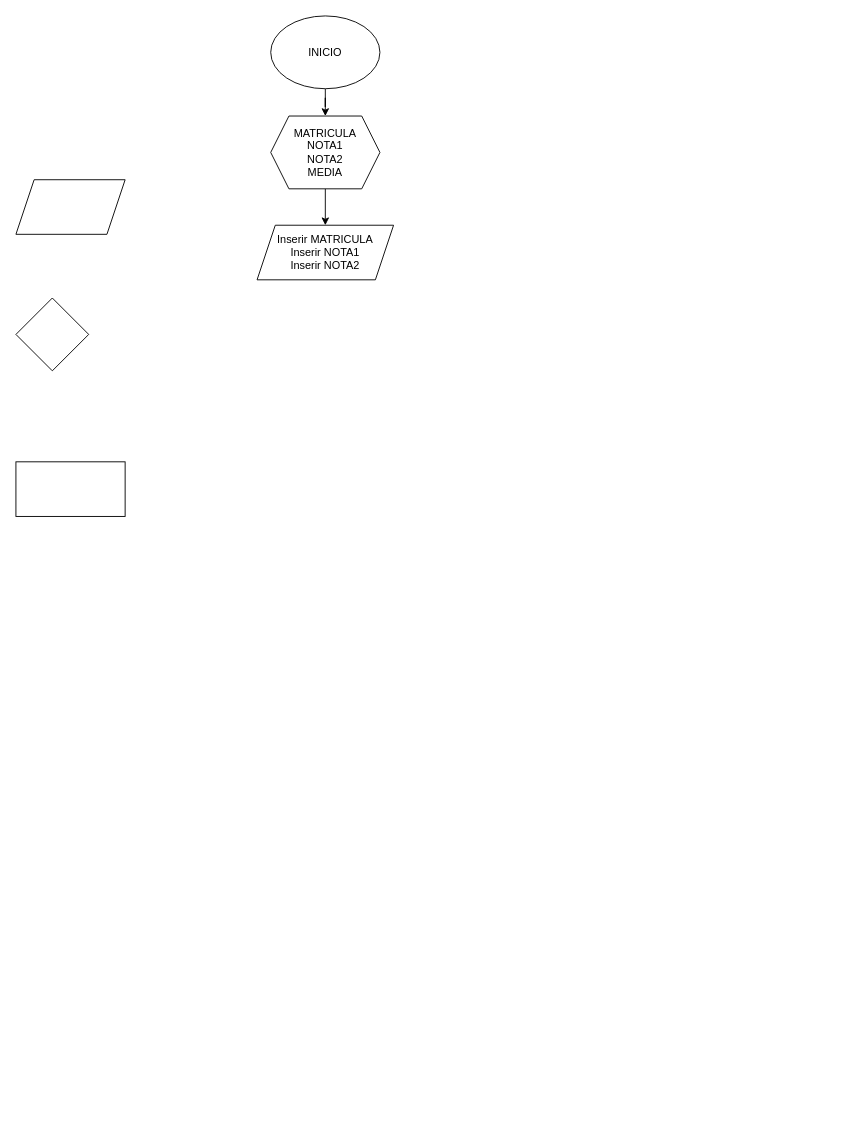
The draw.io diagram Atividades_LP1/Atividade2Questão10.drawio in Hevee06/Projetos_Diagrama.oi, before the edit. Source tidied: cells renumbered, new cells numbered last; positions are measured from the earlier drawing's top-left corner, leaving out a move shared by most shapes. Both pictures are drawn from the tidied source at 91%, with x=0, y=0 at pixel (15, 15).
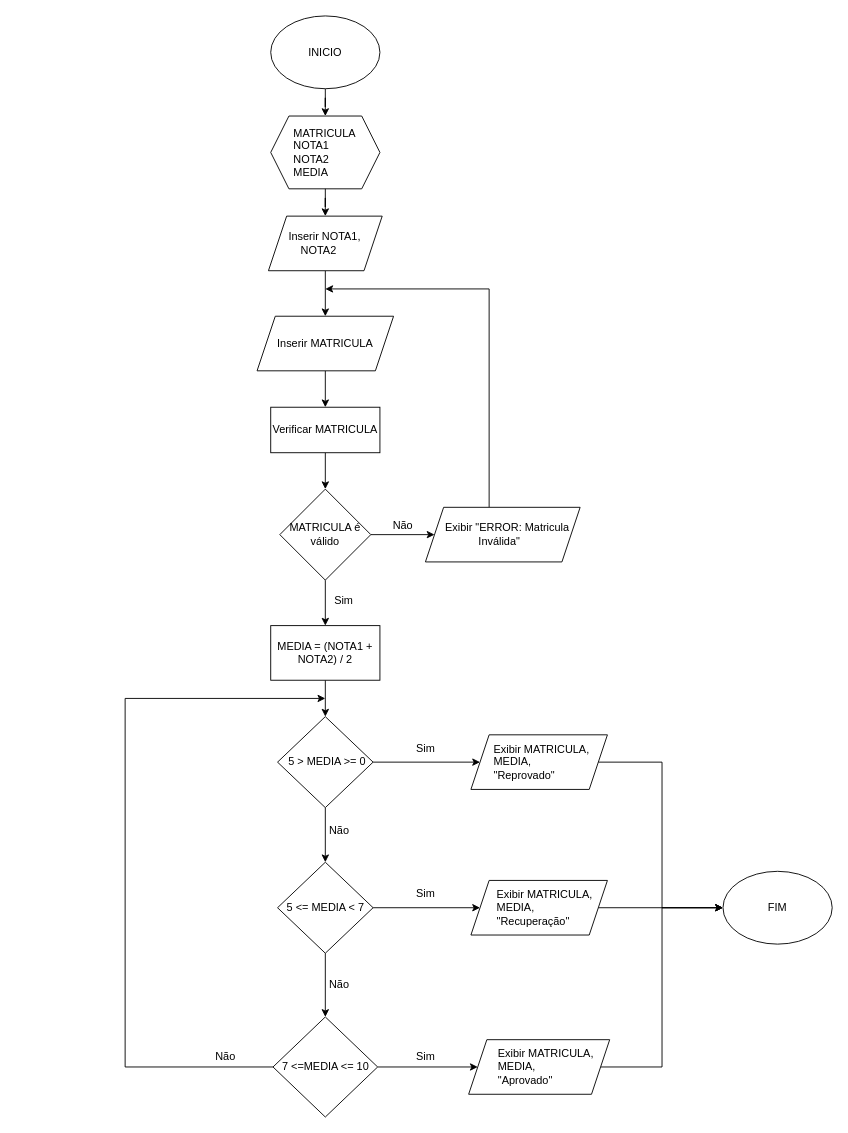
The same diagram, later.

Diff of the diagram source:
```diff
@@
+    <mxCell id="10" style="edgeStyle=orthogonalEdgeStyle;rounded=0;jettySize=auto;html=1;" parent="1" edge="1" source="4" target="9">
+      <mxGeometry relative="1" as="geometry" />
+    </mxCell>
-    <mxCell id="4" value="Inserir MATRICULA&lt;div&gt;Inserir NOTA1&lt;/div&gt;&lt;div&gt;Inserir NOTA2&lt;/div&gt;" style="shape=parallelogram;perimeter=parallelogramPerimeter;whiteSpace=wrap;html=1;fixedSize=1;" parent="1" vertex="1">
-      <mxGeometry x="265" y="230" width="150" height="60" as="geometry" />
+    <mxCell id="4" value="Inserir MATRICULA" style="shape=parallelogram;perimeter=parallelogramPerimeter;whiteSpace=wrap;html=1;fixedSize=1;" parent="1" vertex="1">
+      <mxGeometry x="265" y="330" width="150" height="60" as="geometry" />
     </mxCell>
+    <mxCell id="11" style="edgeStyle=orthogonalEdgeStyle;rounded=0;jettySize=auto;html=1;" parent="1" edge="1" source="5">
+      <mxGeometry relative="1" as="geometry">
+        <mxPoint x="340" y="300" as="targetPoint" />
+        <Array as="points">
+          <mxPoint x="520" y="300" />
+          <mxPoint x="340" y="300" />
+        </Array>
+      </mxGeometry>
+    </mxCell>
-    <mxCell id="5" style="shape=parallelogram;perimeter=parallelogramPerimeter;whiteSpace=wrap;html=1;fixedSize=1;" parent="1" vertex="1">
-      <mxGeometry y="180" width="120" height="60" as="geometry" />
+    <mxCell id="5" value="&amp;nbsp; &amp;nbsp; &amp;nbsp; Exibir &quot;ERROR: Matricula&amp;nbsp; &amp;nbsp; &amp;nbsp; &amp;nbsp; &amp;nbsp; &amp;nbsp; &amp;nbsp; &amp;nbsp; &amp;nbsp; &amp;nbsp; &amp;nbsp;Inválida&quot;" style="shape=parallelogram;perimeter=parallelogramPerimeter;whiteSpace=wrap;html=1;fixedSize=1;align=left;" parent="1" vertex="1">
+      <mxGeometry x="450" y="540" width="170" height="60" as="geometry" />
     </mxCell>
+    <mxCell id="12" style="edgeStyle=orthogonalEdgeStyle;rounded=0;jettySize=auto;html=1;" parent="1" edge="1" source="6" target="5">
+      <mxGeometry relative="1" as="geometry" />
+    </mxCell>
+    <mxCell id="13" style="edgeStyle=orthogonalEdgeStyle;rounded=0;jettySize=auto;html=1;" parent="1" edge="1" source="6" target="19">
+      <mxGeometry relative="1" as="geometry" />
+    </mxCell>
-    <mxCell id="6" style="rhombus;whiteSpace=wrap;html=1;" parent="1" vertex="1">
-      <mxGeometry y="310" width="80" height="80" as="geometry" />
+    <mxCell id="6" value="MATRICULA é válido" style="rhombus;whiteSpace=wrap;html=1;" parent="1" vertex="1">
+      <mxGeometry x="290" y="520" width="100" height="100" as="geometry" />
     </mxCell>
-    <mxCell id="7" style="edgeStyle=orthogonalEdgeStyle;rounded=0;jettySize=auto;html=1;" parent="1" edge="1" source="8" target="4">
+    <mxCell id="7" style="edgeStyle=orthogonalEdgeStyle;rounded=0;jettySize=auto;html=1;" parent="1" edge="1" source="16" target="4">
       <mxGeometry relative="1" as="geometry" />
     </mxCell>
-    <mxCell id="8" value="MATRICULA&lt;div&gt;NOTA1&lt;/div&gt;&lt;div&gt;NOTA2&lt;/div&gt;&lt;div&gt;MEDIA&lt;/div&gt;" style="shape=hexagon;perimeter=hexagonPerimeter2;whiteSpace=wrap;html=1;fixedSize=1;" parent="1" vertex="1">
+    <mxCell id="8" value="&amp;nbsp; &amp;nbsp; &amp;nbsp; &amp;nbsp;MATRICULA&lt;div&gt;&amp;nbsp; &amp;nbsp; &amp;nbsp; &amp;nbsp;NOTA1&lt;/div&gt;&lt;div&gt;&amp;nbsp; &amp;nbsp; &amp;nbsp; &amp;nbsp;NOTA2&lt;/div&gt;&lt;div&gt;&amp;nbsp; &amp;nbsp; &amp;nbsp; &amp;nbsp;MEDIA&lt;/div&gt;" style="shape=hexagon;perimeter=hexagonPerimeter2;whiteSpace=wrap;html=1;fixedSize=1;align=left;" parent="1" vertex="1">
       <mxGeometry x="280" y="110" width="120" height="80" as="geometry" />
     </mxCell>
+    <mxCell id="14" style="edgeStyle=orthogonalEdgeStyle;rounded=0;jettySize=auto;html=1;" parent="1" edge="1" source="9" target="6">
+      <mxGeometry relative="1" as="geometry" />
+    </mxCell>
-    <mxCell id="9" style="rounded=0;whiteSpace=wrap;html=1;" parent="1" vertex="1">
-      <mxGeometry y="490" width="120" height="60" as="geometry" />
+    <mxCell id="9" value="Verificar MATRICULA" style="rounded=0;whiteSpace=wrap;html=1;" parent="1" vertex="1">
+      <mxGeometry x="280" y="430" width="120" height="50" as="geometry" />
     </mxCell>
+    <mxCell id="15" style="edgeStyle=orthogonalEdgeStyle;rounded=0;jettySize=auto;html=1;" parent="1" edge="1" source="8" target="16">
+      <mxGeometry relative="1" as="geometry" />
+    </mxCell>
+    <mxCell id="16" value="&amp;nbsp; &amp;nbsp; &amp;nbsp; Inserir NOTA1,&lt;div&gt;&amp;nbsp; &amp;nbsp; &amp;nbsp; &amp;nbsp; &amp;nbsp; NOTA2&lt;/div&gt;" style="shape=parallelogram;perimeter=parallelogramPerimeter;whiteSpace=wrap;html=1;fixedSize=1;align=left;" parent="1" vertex="1">
+      <mxGeometry x="277.5" y="220" width="125" height="60" as="geometry" />
+    </mxCell>
+    <mxCell id="17" value="Não" style="text;html=1;align=center;verticalAlign=middle;strokeColor=none;fillColor=none;" parent="1" vertex="1">
+      <mxGeometry x="400" y="545" width="50" height="30" as="geometry" />
+    </mxCell>
+    <mxCell id="18" style="edgeStyle=orthogonalEdgeStyle;rounded=0;jettySize=auto;html=1;" parent="1" edge="1" source="19" target="22">
+      <mxGeometry relative="1" as="geometry" />
+    </mxCell>
+    <mxCell id="19" value="MEDIA = (NOTA1 + NOTA2) / 2" style="rounded=0;whiteSpace=wrap;html=1;" parent="1" vertex="1">
+      <mxGeometry x="280" y="670" width="120" height="60" as="geometry" />
+    </mxCell>
+    <mxCell id="20" style="edgeStyle=orthogonalEdgeStyle;rounded=0;jettySize=auto;html=1;" parent="1" edge="1" source="22" target="25">
+      <mxGeometry relative="1" as="geometry" />
+    </mxCell>
+    <mxCell id="21" style="edgeStyle=orthogonalEdgeStyle;rounded=0;jettySize=auto;html=1;" parent="1" edge="1" source="22" target="29">
+      <mxGeometry relative="1" as="geometry" />
+    </mxCell>
+    <mxCell id="22" value="&amp;nbsp;5 &amp;gt; MEDIA &amp;gt;= 0" style="rhombus;whiteSpace=wrap;html=1;" parent="1" vertex="1">
+      <mxGeometry x="287.5" y="770" width="105" height="100" as="geometry" />
+    </mxCell>
+    <mxCell id="23" value="Sim" style="text;html=1;align=center;verticalAlign=middle;strokeColor=none;fillColor=none;" parent="1" vertex="1">
+      <mxGeometry x="340" y="628" width="40" height="30" as="geometry" />
+    </mxCell>
+    <mxCell id="24" style="edgeStyle=orthogonalEdgeStyle;rounded=0;jettySize=auto;html=1;entryX=0;entryY=0.5;entryDx=0;entryDy=0;" parent="1" edge="1" source="25" target="36">
+      <mxGeometry relative="1" as="geometry">
+        <Array as="points">
+          <mxPoint x="710" y="820" />
+          <mxPoint x="710" y="980" />
+        </Array>
+      </mxGeometry>
+    </mxCell>
+    <mxCell id="25" value="&amp;nbsp; &amp;nbsp; &amp;nbsp; &amp;nbsp;Exibir MATRICULA,&lt;div&gt;&lt;span style=&quot;background-color: initial;&quot;&gt;&amp;nbsp; &amp;nbsp; &amp;nbsp; &amp;nbsp;MEDIA,&lt;/span&gt;&lt;div&gt;&lt;span style=&quot;background-color: initial;&quot;&gt;&amp;nbsp; &amp;nbsp; &amp;nbsp; &amp;nbsp;&quot;Reprovado&quot;&lt;/span&gt;&lt;/div&gt;&lt;/div&gt;" style="shape=parallelogram;perimeter=parallelogramPerimeter;whiteSpace=wrap;html=1;fixedSize=1;align=left;" parent="1" vertex="1">
+      <mxGeometry x="500" y="790" width="150" height="60" as="geometry" />
+    </mxCell>
+    <mxCell id="26" value="Sim" style="text;html=1;align=center;verticalAlign=middle;strokeColor=none;fillColor=none;" parent="1" vertex="1">
+      <mxGeometry x="430" y="790" width="40" height="30" as="geometry" />
+    </mxCell>
+    <mxCell id="27" style="edgeStyle=orthogonalEdgeStyle;rounded=0;jettySize=auto;html=1;" parent="1" edge="1" source="29" target="33">
+      <mxGeometry relative="1" as="geometry" />
+    </mxCell>
+    <mxCell id="28" style="edgeStyle=orthogonalEdgeStyle;rounded=0;jettySize=auto;html=1;" parent="1" edge="1" source="29" target="35">
+      <mxGeometry relative="1" as="geometry" />
+    </mxCell>
+    <mxCell id="29" value="5 &amp;lt;= MEDIA &amp;lt; 7" style="rhombus;whiteSpace=wrap;html=1;" parent="1" vertex="1">
+      <mxGeometry x="287.5" y="930" width="105" height="100" as="geometry" />
+    </mxCell>
+    <mxCell id="30" value="Não" style="text;html=1;align=center;verticalAlign=middle;strokeColor=none;fillColor=none;" parent="1" vertex="1">
+      <mxGeometry x="330" y="880" width="50" height="30" as="geometry" />
+    </mxCell>
+    <mxCell id="31" style="edgeStyle=orthogonalEdgeStyle;rounded=0;jettySize=auto;html=1;entryX=0;entryY=0.5;entryDx=0;entryDy=0;" parent="1" edge="1" source="33" target="40">
+      <mxGeometry relative="1" as="geometry" />
+    </mxCell>
+    <mxCell id="32" style="edgeStyle=orthogonalEdgeStyle;rounded=0;jettySize=auto;html=1;" parent="1" edge="1" source="33">
+      <mxGeometry relative="1" as="geometry">
+        <mxPoint x="340" y="750" as="targetPoint" />
+        <Array as="points">
+          <mxPoint x="120" y="1155" />
+          <mxPoint x="120" y="750" />
+        </Array>
+      </mxGeometry>
+    </mxCell>
+    <mxCell id="33" value="7 &amp;lt;=MEDIA &amp;lt;= 10" style="rhombus;whiteSpace=wrap;html=1;" parent="1" vertex="1">
+      <mxGeometry x="282.5" y="1100" width="115" height="110" as="geometry" />
+    </mxCell>
+    <mxCell id="34" style="edgeStyle=orthogonalEdgeStyle;rounded=0;jettySize=auto;html=1;entryX=0;entryY=0.5;entryDx=0;entryDy=0;" parent="1" edge="1" source="35" target="36">
+      <mxGeometry relative="1" as="geometry" />
+    </mxCell>
+    <mxCell id="35" value="&amp;nbsp; &amp;nbsp; &amp;nbsp; &amp;nbsp; Exibir MATRICULA,&amp;nbsp;&lt;div&gt;&lt;span style=&quot;background-color: initial;&quot;&gt;&amp;nbsp; &amp;nbsp; &amp;nbsp; &amp;nbsp; MEDIA,&lt;/span&gt;&lt;/div&gt;&lt;div&gt;&amp;nbsp; &amp;nbsp; &amp;nbsp; &amp;nbsp; &quot;Recuperação&quot;&lt;/div&gt;" style="shape=parallelogram;perimeter=parallelogramPerimeter;whiteSpace=wrap;html=1;fixedSize=1;align=left;" parent="1" vertex="1">
+      <mxGeometry x="500" y="950" width="150" height="60" as="geometry" />
+    </mxCell>
+    <mxCell id="36" value="FIM" style="ellipse;whiteSpace=wrap;html=1;" parent="1" vertex="1">
+      <mxGeometry x="777" y="940" width="120" height="80" as="geometry" />
+    </mxCell>
+    <mxCell id="37" value="Não" style="text;html=1;align=center;verticalAlign=middle;strokeColor=none;fillColor=none;" parent="1" vertex="1">
+      <mxGeometry x="330" y="1050" width="50" height="30" as="geometry" />
+    </mxCell>
+    <mxCell id="38" value="Sim" style="text;html=1;align=center;verticalAlign=middle;strokeColor=none;fillColor=none;" parent="1" vertex="1">
+      <mxGeometry x="430" y="950" width="40" height="30" as="geometry" />
+    </mxCell>
+    <mxCell id="39" style="edgeStyle=orthogonalEdgeStyle;rounded=0;jettySize=auto;html=1;entryX=0;entryY=0.5;entryDx=0;entryDy=0;" parent="1" edge="1" source="40" target="36">
+      <mxGeometry relative="1" as="geometry">
+        <Array as="points">
+          <mxPoint x="710" y="1155" />
+          <mxPoint x="710" y="980" />
+        </Array>
+      </mxGeometry>
+    </mxCell>
+    <mxCell id="40" value="&amp;nbsp; &amp;nbsp; &amp;nbsp; &amp;nbsp; &amp;nbsp;Exibir MATRICULA,&lt;div&gt;&amp;nbsp; &amp;nbsp; &amp;nbsp; &amp;nbsp; &amp;nbsp;MEDIA,&lt;/div&gt;&lt;div&gt;&amp;nbsp; &amp;nbsp; &amp;nbsp; &amp;nbsp; &amp;nbsp;&quot;Aprovado&quot;&lt;/div&gt;" style="shape=parallelogram;perimeter=parallelogramPerimeter;whiteSpace=wrap;html=1;fixedSize=1;align=left;" parent="1" vertex="1">
+      <mxGeometry x="497.5" y="1125" width="155" height="60" as="geometry" />
+    </mxCell>
+    <mxCell id="41" value="Sim" style="text;html=1;align=center;verticalAlign=middle;strokeColor=none;fillColor=none;" parent="1" vertex="1">
+      <mxGeometry x="430" y="1129" width="40" height="30" as="geometry" />
+    </mxCell>
+    <mxCell id="42" value="Não" style="text;html=1;align=center;verticalAlign=middle;strokeColor=none;fillColor=none;" parent="1" vertex="1">
+      <mxGeometry x="205" y="1129" width="50" height="30" as="geometry" />
+    </mxCell>
```
